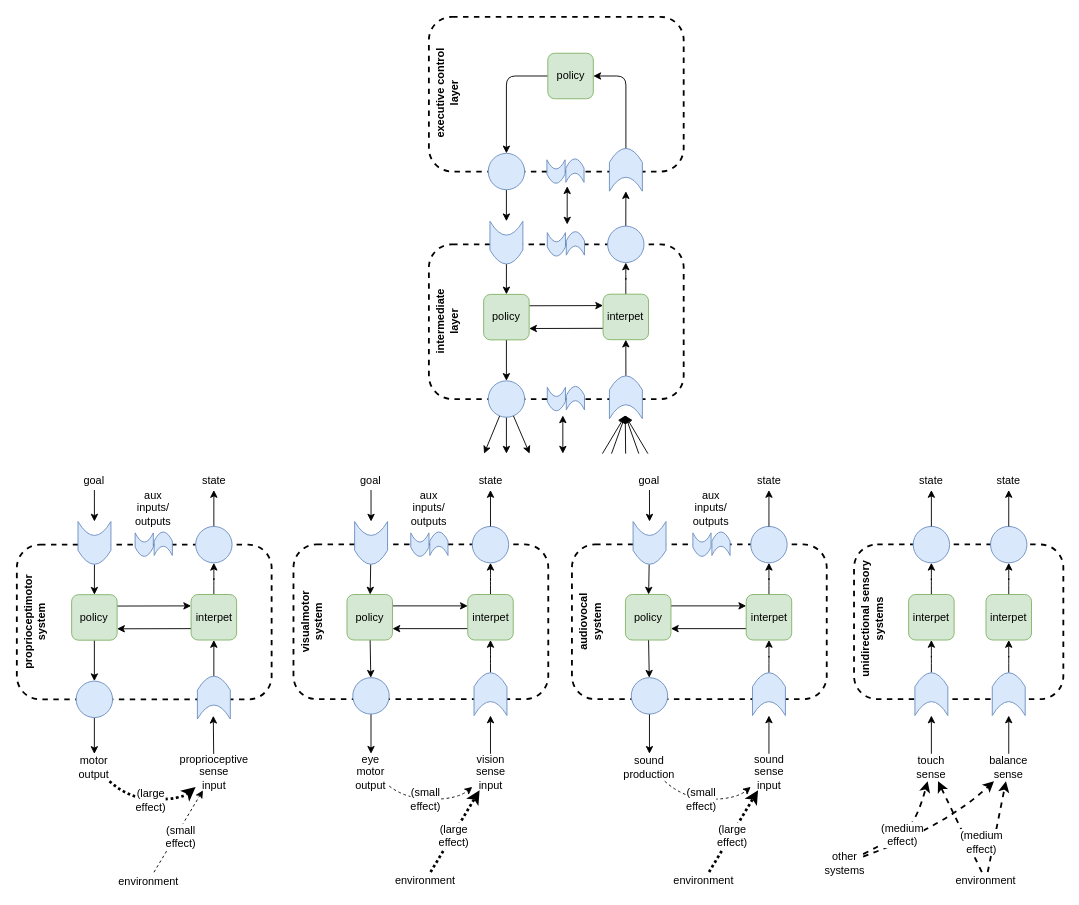
malcolmlett/malcolmlett.github.io keeps this draw.io diagram as page "systems-overview" (2 of 17) of files/An-agi-architecture-v1.drawio. Above is the earlier version. Source tidied: cells renumbered, new cells numbered last; positions are measured from the earlier drawing's top-left corner, leaving out a move shared by most shapes. Both pictures are drawn from the tidied source at 91%, with x=0, y=0 at pixel (-20, 16).
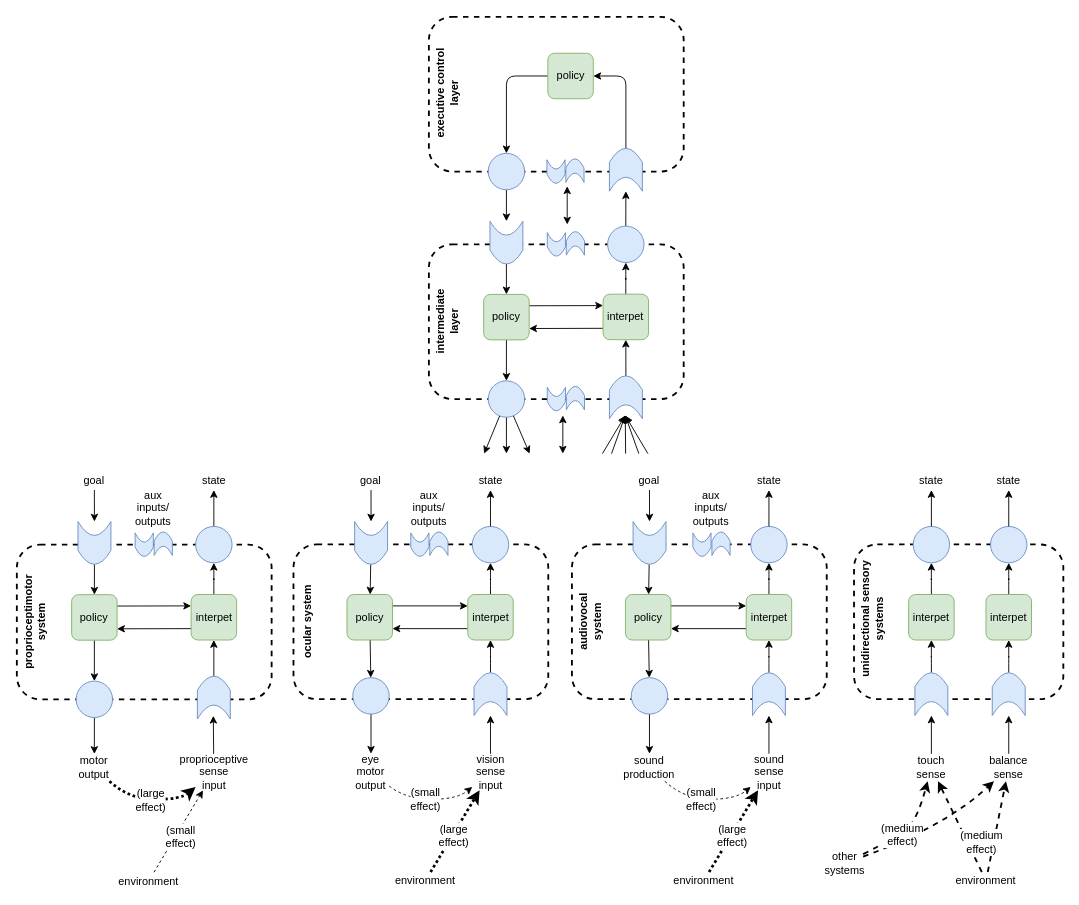
After the change.

Commit message (it also covers changes not shown here):
Added ocular system

The edit, as a diff of the source:
```diff
@@
-    <mxCell id="25" value="visualmotor&lt;br&gt;system" style="text;html=1;strokeColor=none;fillColor=none;align=center;verticalAlign=middle;whiteSpace=wrap;rounded=0;sketch=1;rotation=-90;fontStyle=1;" parent="1" vertex="1">
-      <mxGeometry x="304" y="649.8" width="120" height="30" as="geometry" />
+    <mxCell id="25" value="ocular system" style="text;html=1;strokeColor=none;fillColor=none;align=center;verticalAlign=middle;whiteSpace=wrap;rounded=0;sketch=1;rotation=-90;fontStyle=1;" parent="1" vertex="1">
+      <mxGeometry x="299.1" y="654.6" width="120" height="20.2" as="geometry" />
     </mxCell>
```
